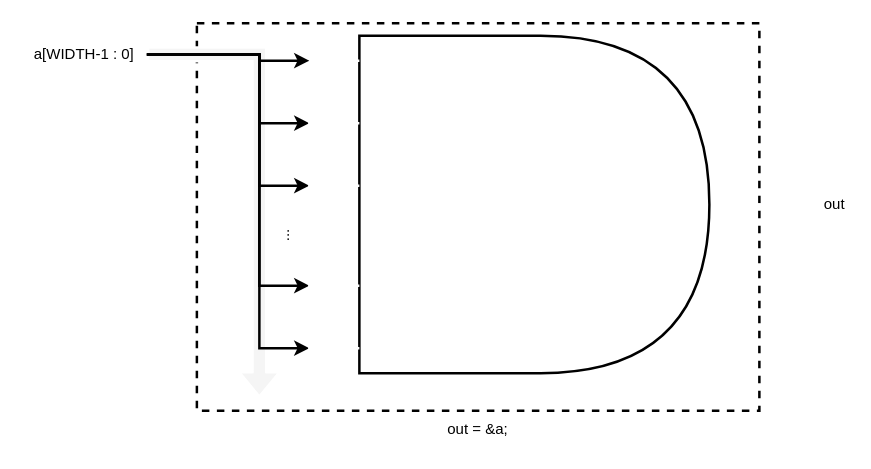
The draw.io diagram page "figure_7" (7 of 10) of assets/images/2021-12-21-verilogHDL_chapter3_combinational_logic/시스템_반도체_설계_3장.drawio in ParkDongho/ParkDongho.github.io, before the edit. Source tidied: cells renumbered, new cells numbered last; positions are measured from the earlier drawing's top-left corner, leaving out a move shared by most shapes. Both pictures are drawn from the tidied source at 125%, with x=0, y=0 at pixel (21, 22).
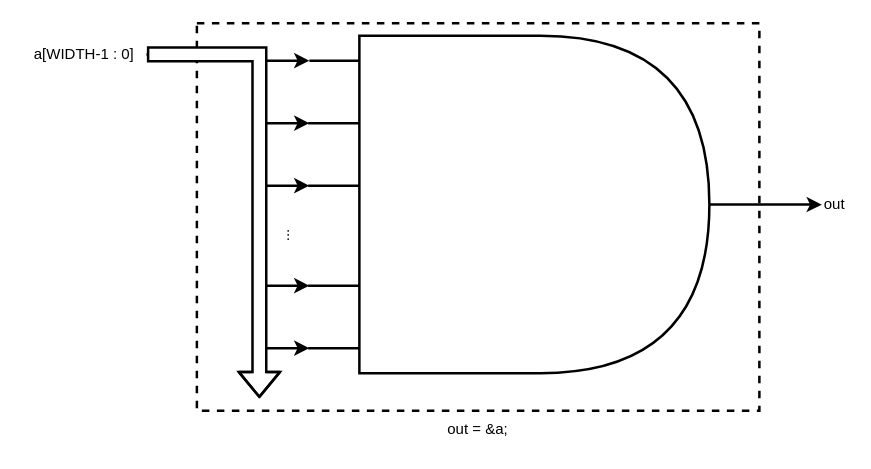
Above is the later version.

Unchanged cells that the change refers to:
```xml
<mxCell id="10" value="a[WIDTH-1 : 0]" style="text;html=1;strokeColor=none;fillColor=none;align=center;verticalAlign=middle;whiteSpace=wrap;rounded=0;dashed=1;" parent="1" vertex="1">
  <mxGeometry y="10" width="100" height="30" as="geometry" />
</mxCell>
<mxCell id="13" style="shape=delay;whiteSpace=wrap;html=1;fontSize=39;strokeWidth=2;" parent="1" vertex="1">
  <mxGeometry x="270" y="10" width="280" height="270" as="geometry" />
</mxCell>
```

Change to the diagram source:
```diff
@@
-    <mxCell id="3" style="shape=flexArrow;endArrow=classic;html=1;rounded=0;strokeWidth=2;exitX=1;exitY=0.5;exitDx=0;exitDy=0;fillColor=#f5f5f5;strokeColor=#FFFFFF;" parent="1" edge="1" source="10">
-      <mxGeometry relative="1" as="geometry">
-        <mxPoint x="190" y="300" as="targetPoint" />
-        <Array as="points">
-          <mxPoint x="190" y="25" />
-        </Array>
-      </mxGeometry>
-    </mxCell>
@@
-    <mxCell id="12" style="edgeStyle=orthogonalEdgeStyle;rounded=0;jettySize=auto;html=1;exitX=1;exitY=0.5;exitDx=0;exitDy=0;fontSize=39;strokeColor=#FFFFFF;strokeWidth=2;fillColor=#808080;" parent="1" edge="1" source="13">
+    <mxCell id="12" style="edgeStyle=orthogonalEdgeStyle;rounded=0;jettySize=auto;html=1;exitX=1;exitY=0.5;exitDx=0;exitDy=0;fontSize=39;strokeColor=default;strokeWidth=2;fillColor=#808080;" parent="1" edge="1" source="13">
       <mxGeometry relative="1" as="geometry">
         <mxPoint x="640" y="145.2" as="targetPoint" />
       </mxGeometry>
     </mxCell>
@@
-    <mxCell id="14" style="endArrow=none;html=1;rounded=0;fontSize=39;strokeColor=#FFFFFF;strokeWidth=2;fillColor=#808080;" parent="1" edge="1">
+    <mxCell id="14" style="endArrow=none;html=1;rounded=0;fontSize=39;strokeColor=default;strokeWidth=2;fillColor=#808080;" parent="1" edge="1">
       <mxGeometry relative="1" as="geometry">
         <mxPoint x="230" y="30" as="sourcePoint" />
         <mxPoint x="270" y="30" as="targetPoint" />
       </mxGeometry>
     </mxCell>
-    <mxCell id="15" style="endArrow=none;html=1;rounded=0;fontSize=39;strokeColor=#FFFFFF;strokeWidth=2;fillColor=#808080;" parent="1" edge="1">
+    <mxCell id="15" style="endArrow=none;html=1;rounded=0;fontSize=39;strokeColor=default;strokeWidth=2;fillColor=#808080;" parent="1" edge="1">
       <mxGeometry relative="1" as="geometry">
         <mxPoint x="229" y="80" as="sourcePoint" />
         <mxPoint x="270" y="80" as="targetPoint" />
       </mxGeometry>
     </mxCell>
-    <mxCell id="16" style="endArrow=none;html=1;rounded=0;fontSize=39;strokeColor=#FFFFFF;strokeWidth=2;fillColor=#808080;" parent="1" edge="1">
+    <mxCell id="16" style="endArrow=none;html=1;rounded=0;fontSize=39;strokeColor=default;strokeWidth=2;fillColor=#808080;" parent="1" edge="1">
       <mxGeometry relative="1" as="geometry">
         <mxPoint x="229" y="130" as="sourcePoint" />
         <mxPoint x="270" y="130" as="targetPoint" />
       </mxGeometry>
     </mxCell>
-    <mxCell id="17" style="endArrow=none;html=1;rounded=0;fontSize=39;strokeColor=#FFFFFF;strokeWidth=2;fillColor=#808080;" parent="1" edge="1">
+    <mxCell id="17" style="endArrow=none;html=1;rounded=0;fontSize=39;strokeColor=default;strokeWidth=2;fillColor=#808080;" parent="1" edge="1">
       <mxGeometry relative="1" as="geometry">
         <mxPoint x="229" y="210" as="sourcePoint" />
         <mxPoint x="270" y="210" as="targetPoint" />
       </mxGeometry>
     </mxCell>
-    <mxCell id="18" style="endArrow=none;html=1;rounded=0;fontSize=39;strokeColor=#FFFFFF;strokeWidth=2;fillColor=#808080;" parent="1" edge="1">
+    <mxCell id="18" style="endArrow=none;html=1;rounded=0;fontSize=39;strokeColor=default;strokeWidth=2;fillColor=#808080;" parent="1" edge="1">
       <mxGeometry relative="1" as="geometry">
         <mxPoint x="229" y="260" as="sourcePoint" />
         <mxPoint x="270" y="260" as="targetPoint" />
       </mxGeometry>
     </mxCell>
@@
+    <mxCell id="3" style="shape=flexArrow;endArrow=classic;html=1;rounded=0;strokeWidth=2;exitX=1;exitY=0.5;exitDx=0;exitDy=0;fillColor=#FFFFFF;strokeColor=default;labelBackgroundColor=default;" parent="1" edge="1" source="10">
+      <mxGeometry relative="1" as="geometry">
+        <mxPoint x="190" y="300" as="targetPoint" />
+        <Array as="points">
+          <mxPoint x="190" y="25" />
+        </Array>
+      </mxGeometry>
+    </mxCell>
```
